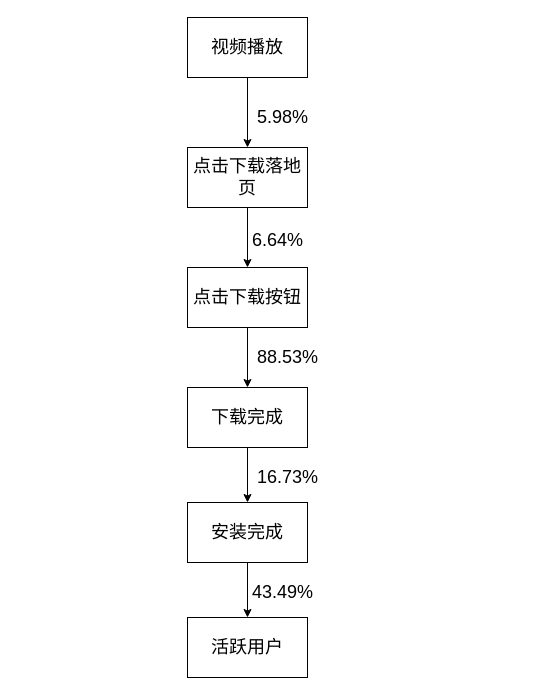
The draw.io diagram Untitled Diagram.drawio in lishb/-, before the edit. Source tidied: cells renumbered, new cells numbered last; positions are measured from the earlier drawing's top-left corner, leaving out a move shared by most shapes. Both pictures are drawn from the tidied source at 100%, with x=0, y=0 at pixel (187, 17).
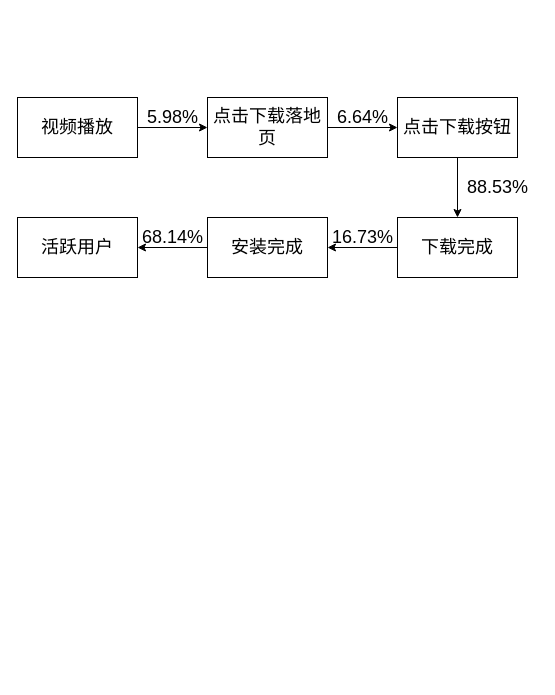
The same page after the edit.

What changed in the source:
```diff
@@
     <mxCell id="2" value="&lt;font style=&quot;font-size: 18px;&quot;&gt;视频播放&lt;/font&gt;" style="rounded=0;whiteSpace=wrap;html=1;" parent="1" vertex="1">
-      <mxGeometry width="120" height="60" as="geometry" />
+      <mxGeometry x="-170" y="80" width="120" height="60" as="geometry" />
     </mxCell>
     <mxCell id="3" value="&lt;font style=&quot;font-size: 18px;&quot;&gt;点击下载落地页&lt;/font&gt;" style="rounded=0;whiteSpace=wrap;html=1;" parent="1" vertex="1">
-      <mxGeometry y="130" width="120" height="60" as="geometry" />
+      <mxGeometry x="20" y="80" width="120" height="60" as="geometry" />
     </mxCell>
     <mxCell id="4" value="&lt;font style=&quot;font-size: 18px;&quot;&gt;点击下载按钮&lt;/font&gt;" style="rounded=0;whiteSpace=wrap;html=1;" parent="1" vertex="1">
-      <mxGeometry y="250" width="120" height="60" as="geometry" />
+      <mxGeometry x="210" y="80" width="120" height="60" as="geometry" />
     </mxCell>
     <mxCell id="5" value="&lt;font style=&quot;font-size: 18px;&quot;&gt;下载完成&lt;/font&gt;" style="rounded=0;whiteSpace=wrap;html=1;" parent="1" vertex="1">
-      <mxGeometry y="370" width="120" height="60" as="geometry" />
+      <mxGeometry x="210" y="200" width="120" height="60" as="geometry" />
     </mxCell>
     <mxCell id="6" value="&lt;font style=&quot;font-size: 18px;&quot;&gt;安装完成&lt;/font&gt;" style="rounded=0;whiteSpace=wrap;html=1;" parent="1" vertex="1">
-      <mxGeometry y="485" width="120" height="60" as="geometry" />
+      <mxGeometry x="20" y="200" width="120" height="60" as="geometry" />
     </mxCell>
     <mxCell id="7" value="&lt;font style=&quot;font-size: 18px;&quot;&gt;活跃用户&lt;/font&gt;" style="rounded=0;whiteSpace=wrap;html=1;" parent="1" vertex="1">
-      <mxGeometry y="600" width="120" height="60" as="geometry" />
+      <mxGeometry x="-170" y="200" width="120" height="60" as="geometry" />
     </mxCell>
-    <mxCell id="8" style="endArrow=classic;html=1;rounded=0;entryX=0.5;entryY=0;entryDx=0;entryDy=0;exitX=0.5;exitY=1;exitDx=0;exitDy=0;" parent="1" edge="1" source="2" target="3">
+    <mxCell id="8" style="endArrow=classic;html=1;rounded=0;entryX=0;entryY=0.5;entryDx=0;entryDy=0;exitX=1;exitY=0.5;exitDx=0;exitDy=0;" parent="1" edge="1" source="2" target="3">
       <mxGeometry relative="1" as="geometry" />
     </mxCell>
     <mxCell id="9" value="&lt;p class=&quot;MsoNormal&quot;&gt;&lt;font style=&quot;font-size: 18px;&quot;&gt;5.98%&lt;/font&gt;&lt;/p&gt;" style="text;html=1;align=center;verticalAlign=middle;strokeColor=none;fillColor=none;" parent="1" vertex="1">
-      <mxGeometry x="60" y="70" width="70" height="60" as="geometry" />
+      <mxGeometry x="-50" y="70" width="70" height="60" as="geometry" />
     </mxCell>
-    <mxCell id="10" style="endArrow=classic;html=1;rounded=0;entryX=0.5;entryY=0;entryDx=0;entryDy=0;" parent="1" edge="1" target="4">
-      <mxGeometry relative="1" as="geometry">
-        <mxPoint x="60" y="190" as="sourcePoint" />
-      </mxGeometry>
+    <mxCell id="10" style="endArrow=classic;html=1;rounded=0;exitX=1;exitY=0.5;exitDx=0;exitDy=0;entryX=0;entryY=0.5;entryDx=0;entryDy=0;" parent="1" edge="1" source="3" target="4">
+      <mxGeometry relative="1" as="geometry" />
     </mxCell>
-    <mxCell id="11" style="endArrow=classic;html=1;rounded=0;entryX=0.5;entryY=0;entryDx=0;entryDy=0;" parent="1" edge="1" target="5">
-      <mxGeometry relative="1" as="geometry">
-        <mxPoint x="60" y="310" as="sourcePoint" />
-      </mxGeometry>
+    <mxCell id="11" style="endArrow=classic;html=1;rounded=0;entryX=0.5;entryY=0;entryDx=0;entryDy=0;exitX=0.5;exitY=1;exitDx=0;exitDy=0;" parent="1" edge="1" source="4" target="5">
+      <mxGeometry relative="1" as="geometry" />
     </mxCell>
-    <mxCell id="12" style="endArrow=classic;html=1;rounded=0;entryX=0.5;entryY=0;entryDx=0;entryDy=0;" parent="1" edge="1" target="6">
-      <mxGeometry relative="1" as="geometry">
-        <mxPoint x="60" y="430" as="sourcePoint" />
-      </mxGeometry>
+    <mxCell id="12" style="endArrow=classic;html=1;rounded=0;entryX=1;entryY=0.5;entryDx=0;entryDy=0;exitX=0;exitY=0.5;exitDx=0;exitDy=0;" parent="1" edge="1" source="5" target="6">
+      <mxGeometry relative="1" as="geometry" />
     </mxCell>
-    <mxCell id="13" style="endArrow=classic;html=1;rounded=0;entryX=0.5;entryY=0;entryDx=0;entryDy=0;" parent="1" edge="1" target="7">
-      <mxGeometry relative="1" as="geometry">
-        <mxPoint x="60" y="545" as="sourcePoint" />
-      </mxGeometry>
+    <mxCell id="13" style="endArrow=classic;html=1;rounded=0;entryX=1;entryY=0.5;entryDx=0;entryDy=0;exitX=0;exitY=0.5;exitDx=0;exitDy=0;" parent="1" edge="1" source="6" target="7">
+      <mxGeometry relative="1" as="geometry" />
     </mxCell>
     <mxCell id="14" value="&lt;p class=&quot;MsoNormal&quot;&gt;&lt;font style=&quot;font-size: 18px;&quot;&gt;6.64%&lt;/font&gt;&lt;/p&gt;" style="text;html=1;align=center;verticalAlign=middle;strokeColor=none;fillColor=none;" parent="1" vertex="1">
-      <mxGeometry x="55" y="193" width="70" height="60" as="geometry" />
+      <mxGeometry x="140" y="70" width="70" height="60" as="geometry" />
     </mxCell>
     <mxCell id="15" value="&lt;p class=&quot;MsoNormal&quot;&gt;&lt;font style=&quot;font-size: 18px;&quot;&gt;88.53%&lt;/font&gt;&lt;/p&gt;" style="text;html=1;align=center;verticalAlign=middle;strokeColor=none;fillColor=none;" parent="1" vertex="1">
-      <mxGeometry x="60" y="310" width="80" height="60" as="geometry" />
+      <mxGeometry x="270" y="140" width="80" height="60" as="geometry" />
     </mxCell>
     <mxCell id="16" value="&lt;p class=&quot;MsoNormal&quot;&gt;&lt;font style=&quot;font-size: 18px;&quot;&gt;16.73%&lt;/font&gt;&lt;/p&gt;" style="text;html=1;align=center;verticalAlign=middle;strokeColor=none;fillColor=none;" parent="1" vertex="1">
-      <mxGeometry x="60" y="430" width="80" height="60" as="geometry" />
+      <mxGeometry x="135" y="190" width="80" height="60" as="geometry" />
     </mxCell>
-    <mxCell id="17" value="&lt;p class=&quot;MsoNormal&quot;&gt;&lt;font style=&quot;font-size: 18px;&quot;&gt;43.49%&lt;/font&gt;&lt;/p&gt;" style="text;html=1;align=center;verticalAlign=middle;strokeColor=none;fillColor=none;" parent="1" vertex="1">
-      <mxGeometry x="55" y="545" width="80" height="60" as="geometry" />
+    <mxCell id="17" value="&lt;p class=&quot;MsoNormal&quot;&gt;&lt;font style=&quot;font-size: 18px;&quot;&gt;68.14%&lt;/font&gt;&lt;/p&gt;" style="text;html=1;align=center;verticalAlign=middle;strokeColor=none;fillColor=none;" parent="1" vertex="1">
+      <mxGeometry x="-55" y="190" width="80" height="60" as="geometry" />
     </mxCell>
```
